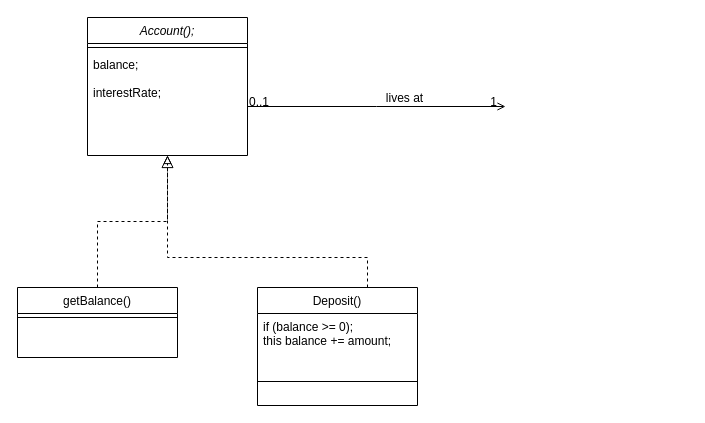
The draw.io diagram TDT4100/Assignments/Oving1/Untitled Diagram.drawio in Alexanderbrandhaug/Java, before the edit. Source tidied: cells renumbered, new cells numbered last; positions are measured from the earlier drawing's top-left corner, leaving out a move shared by most shapes. Both pictures are drawn from the tidied source at 100%, with x=0, y=0 at pixel (17, 17).
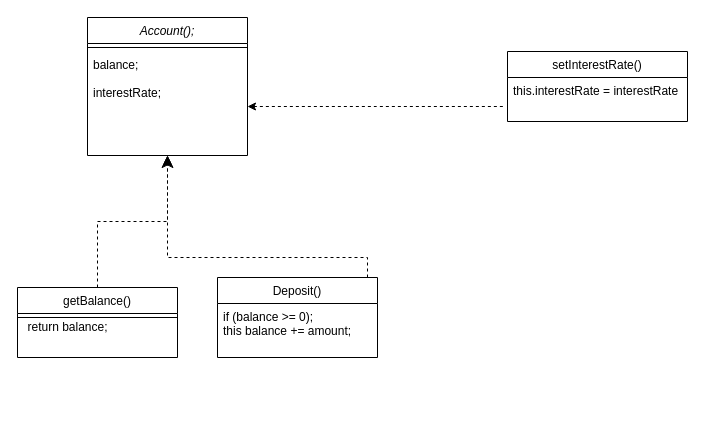
The same diagram, later.

Unchanged cells that the change refers to:
```xml
<mxCell id="2" value="Account();" style="swimlane;fontStyle=2;align=center;verticalAlign=top;horizontal=1;startSize=26;rounded=0;shadow=0;strokeWidth=1;" parent="1" vertex="1">
  <mxGeometry x="70" width="160" height="138" as="geometry" />
</mxCell>
```

The edit, as a diff of the source:
```diff
@@
     <mxCell id="8" value="Deposit()" style="swimlane;fontStyle=0;align=center;verticalAlign=top;horizontal=1;startSize=26;rounded=0;shadow=0;strokeWidth=1;" parent="1" vertex="1">
-      <mxGeometry x="240" y="270" width="160" height="118" as="geometry" />
+      <mxGeometry x="200" y="260" width="160" height="80" as="geometry" />
     </mxCell>
@@
-    <mxCell id="10" style="line;html=1;strokeWidth=1;align=left;verticalAlign=middle;spacingTop=-1;spacingLeft=3;spacingRight=3;labelPosition=right;" parent="8" vertex="1">
-      <mxGeometry y="70" width="160" height="48" as="geometry" />
-    </mxCell>
-    <mxCell id="11" style="endArrow=block;endSize=10;endFill=0;shadow=0;strokeWidth=1;rounded=0;edgeStyle=elbowEdgeStyle;elbow=vertical;dashed=1;" parent="1" edge="1" source="8" target="2">
+    <mxCell id="11" style="endArrow=classic;endSize=10;endFill=1;shadow=0;strokeWidth=1;rounded=0;edgeStyle=elbowEdgeStyle;elbow=vertical;dashed=1;" parent="1" edge="1" source="8" target="2">
       <mxGeometry relative="1" as="geometry">
         <Array as="points">
           <mxPoint x="350" y="240" />
         </Array>
       </mxGeometry>
     </mxCell>
-    <mxCell id="12" style="endArrow=open;shadow=0;strokeWidth=1;rounded=0;endFill=1;edgeStyle=elbowEdgeStyle;elbow=vertical;" parent="1" edge="1" source="2">
+    <mxCell id="12" style="endArrow=none;shadow=0;strokeWidth=1;rounded=0;endFill=0;edgeStyle=elbowEdgeStyle;elbow=vertical;dashed=1;startArrow=classic;startFill=1;" parent="1" edge="1" source="2">
       <mxGeometry x="0.5" y="41" relative="1" as="geometry">
         <mxPoint x="488" y="89" as="targetPoint" />
         <mxPoint x="-40" y="32" as="offset" />
       </mxGeometry>
     </mxCell>
-    <mxCell id="13" value="0..1" style="align=left;verticalAlign=bottom;labelBackgroundColor=none;fontSize=12;" parent="12" vertex="1">
-      <mxGeometry x="-1" relative="1" as="geometry">
-        <mxPoint y="4" as="offset" />
-      </mxGeometry>
-    </mxCell>
-    <mxCell id="14" value="1" style="align=right;verticalAlign=bottom;labelBackgroundColor=none;fontSize=12;" parent="12" vertex="1">
-      <mxGeometry x="1" relative="1" as="geometry">
-        <mxPoint x="-7" y="4" as="offset" />
-      </mxGeometry>
-    </mxCell>
-    <mxCell id="15" value="lives at" style="text;html=1;align=center;verticalAlign=middle;labelBackgroundColor=none;rounded=0;shadow=0;strokeWidth=1;fontSize=12;" parent="12" vertex="1">
-      <mxGeometry x="0.5" y="49" relative="1" as="geometry">
-        <mxPoint x="-38" y="40" as="offset" />
-      </mxGeometry>
-    </mxCell>
+    <mxCell id="16" value="return balance;" style="text;html=1;align=center;verticalAlign=middle;" parent="1" vertex="1">
+      <mxGeometry y="300" width="100" height="20" as="geometry" />
+    </mxCell>
+    <mxCell id="17" value="setInterestRate()" style="swimlane;fontStyle=0;horizontal=1;startSize=26;fillColor=none;" parent="1" vertex="1">
+      <mxGeometry x="490" y="34" width="180" height="70" as="geometry" />
+    </mxCell>
+    <mxCell id="18" value="this.interestRate = interestRate" style="text;strokeColor=none;fillColor=none;align=left;verticalAlign=top;spacingLeft=4;spacingRight=4;overflow=hidden;" parent="17" vertex="1">
+      <mxGeometry y="26" width="180" height="44" as="geometry" />
+    </mxCell>
```
